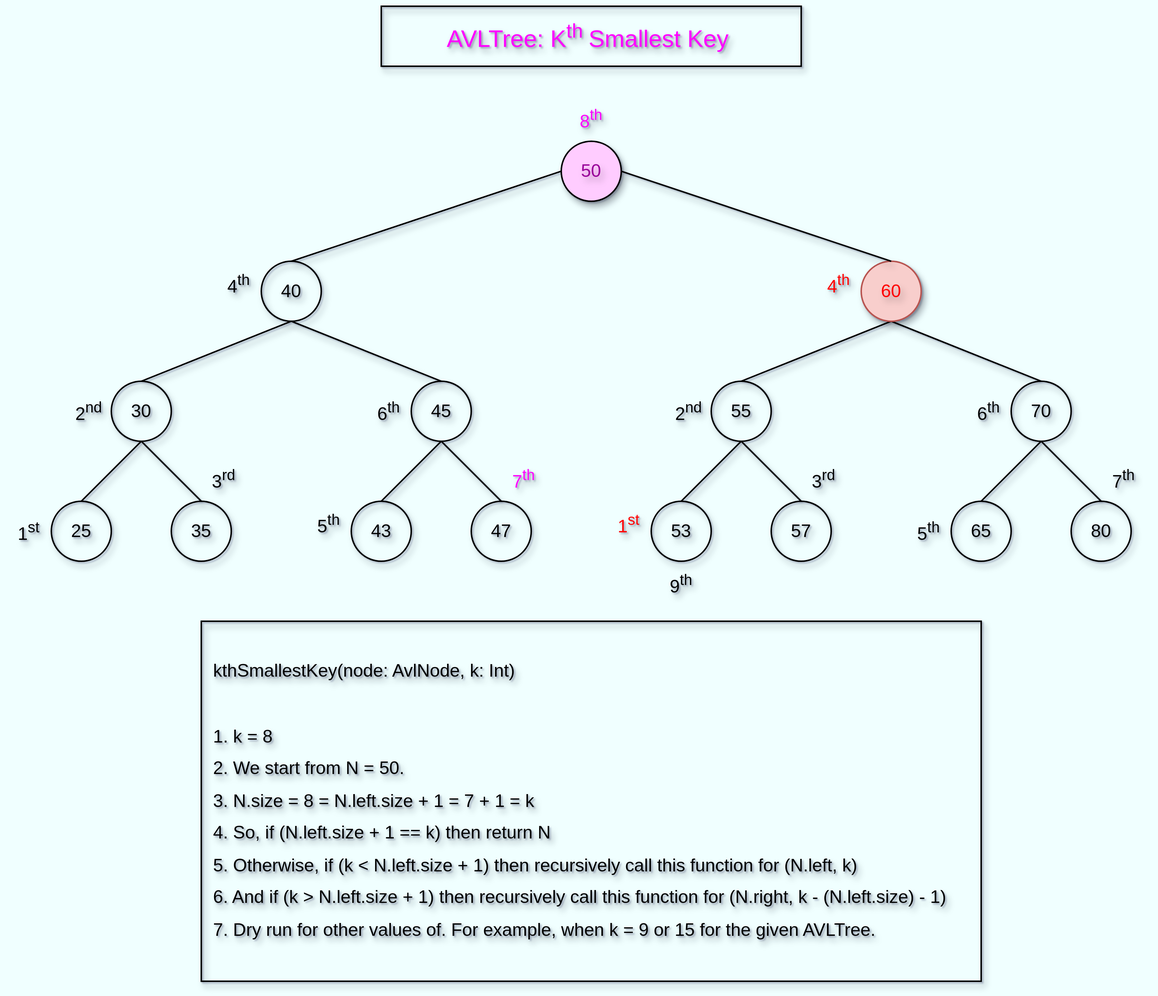
This is assets/images/dataStructures/uc/module05binarySearchTreesBST/500avlTreeFindKthSmallKey.svg from sagarpatel288/kotlinDSAWithIntellijIdea, a draw.io export, as it was before one commit. Source tidied: cells renumbered, new cells last; positions are measured from the earlier drawing's top-left corner, leaving out a move shared by most shapes.
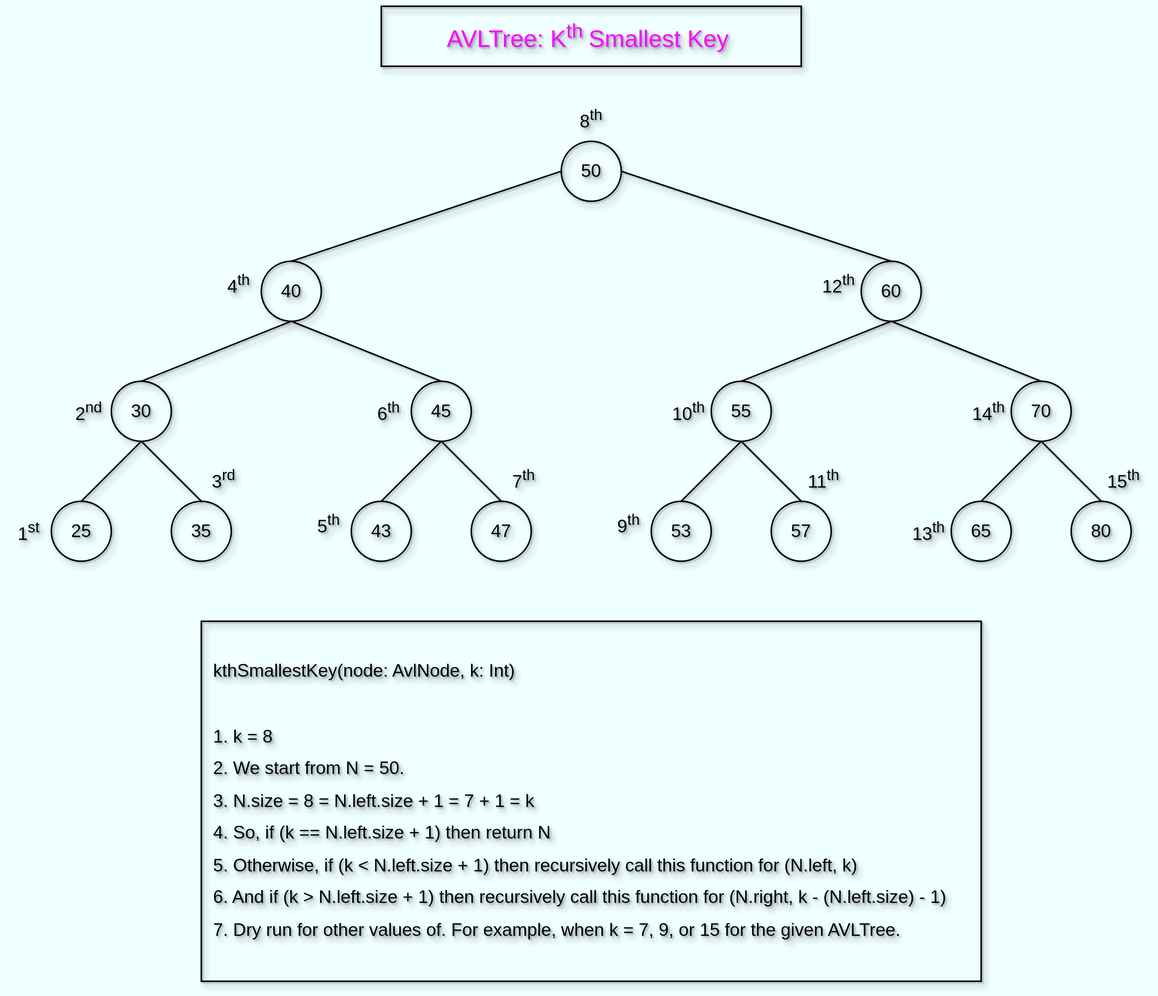
Later version of the same file.

Diff of the diagram source:
```diff
@@ -17,16 +17,16 @@
     <mxCell id="6" value="5&lt;sup&gt;th&lt;/sup&gt;" style="text;html=1;align=center;verticalAlign=middle;whiteSpace=wrap;rounded=0;textShadow=1;shadow=1;fontColor=#000000;" parent="1" vertex="1">
       <mxGeometry x="200" y="330" width="30" height="30" as="geometry" />
     </mxCell>
-    <mxCell id="7" value="7&lt;sup&gt;th&lt;/sup&gt;" style="text;html=1;align=center;verticalAlign=middle;whiteSpace=wrap;rounded=0;textShadow=1;shadow=1;fontColor=#FF00FF;" parent="1" vertex="1">
+    <mxCell id="7" value="7&lt;sup&gt;th&lt;/sup&gt;" style="text;html=1;align=center;verticalAlign=middle;whiteSpace=wrap;rounded=0;textShadow=1;shadow=1;fontColor=#000000;fontFamily=Helvetica;fontSize=12;" parent="1" vertex="1">
       <mxGeometry x="330" y="300" width="30" height="30" as="geometry" />
     </mxCell>
-    <mxCell id="8" value="8&lt;sup&gt;th&lt;/sup&gt;" style="text;html=1;align=center;verticalAlign=middle;whiteSpace=wrap;rounded=0;textShadow=1;shadow=1;fontColor=#FF00FF;" parent="1" vertex="1">
+    <mxCell id="8" value="8&lt;sup&gt;th&lt;/sup&gt;" style="text;html=1;align=center;verticalAlign=middle;whiteSpace=wrap;rounded=0;textShadow=1;shadow=1;fontColor=#000000;fontFamily=Helvetica;fontSize=12;" parent="1" vertex="1">
       <mxGeometry x="375" y="60" width="30" height="30" as="geometry" />
     </mxCell>
-    <mxCell id="9" value="1&lt;sup&gt;st&lt;/sup&gt;" style="text;html=1;align=center;verticalAlign=middle;whiteSpace=wrap;rounded=0;textShadow=1;shadow=1;fontColor=#FF0000;" parent="1" vertex="1">
+    <mxCell id="9" value="9&lt;sup&gt;th&lt;/sup&gt;" style="text;html=1;align=center;verticalAlign=middle;whiteSpace=wrap;rounded=0;textShadow=1;shadow=1;fontColor=#000000;fontFamily=Helvetica;fontSize=12;" parent="1" vertex="1">
       <mxGeometry x="400" y="330" width="30" height="30" as="geometry" />
     </mxCell>
-    <mxCell id="10" value="4&lt;sup&gt;th&lt;/sup&gt;" style="text;html=1;align=center;verticalAlign=middle;whiteSpace=wrap;rounded=0;textShadow=1;shadow=1;fontColor=#FF0000;" parent="1" vertex="1">
+    <mxCell id="10" value="12&lt;sup&gt;th&lt;/sup&gt;" style="text;html=1;align=center;verticalAlign=middle;whiteSpace=wrap;rounded=0;textShadow=1;shadow=1;fontColor=#000000;fontFamily=Helvetica;fontSize=12;" parent="1" vertex="1">
       <mxGeometry x="540" y="170" width="30" height="30" as="geometry" />
     </mxCell>
     <mxCell id="11" style="rounded=0;jettySize=auto;html=1;exitX=0.5;exitY=0;exitDx=0;exitDy=0;entryX=0.5;entryY=1;entryDx=0;entryDy=0;endArrow=none;endFill=0;shadow=1;textShadow=1;" parent="1" edge="1" source="12" target="32">
@@ -112,7 +112,7 @@
     <mxCell id="35" style="rounded=0;jettySize=auto;html=1;exitX=0.5;exitY=1;exitDx=0;exitDy=0;entryX=0.5;entryY=0;entryDx=0;entryDy=0;endArrow=none;endFill=0;shadow=1;textShadow=1;" parent="1" edge="1" source="36" target="30">
       <mxGeometry relative="1" as="geometry" />
     </mxCell>
-    <mxCell id="36" value="60" style="ellipse;whiteSpace=wrap;html=1;fillColor=#f8cecc;fontSize=12;shadow=1;textShadow=1;strokeColor=#b85450;align=center;verticalAlign=middle;fontFamily=Helvetica;fontColor=#FF0000;" parent="1" vertex="1">
+    <mxCell id="36" value="60" style="ellipse;whiteSpace=wrap;html=1;fillColor=none;fontSize=12;shadow=1;textShadow=1;strokeColor=default;align=center;verticalAlign=middle;fontFamily=Helvetica;fontColor=default;" parent="1" vertex="1">
       <mxGeometry x="570" y="170" width="40" height="40" as="geometry" />
     </mxCell>
     <mxCell id="37" style="rounded=0;jettySize=auto;html=1;exitX=0;exitY=0.5;exitDx=0;exitDy=0;entryX=0.5;entryY=0;entryDx=0;entryDy=0;endArrow=none;endFill=0;shadow=1;textShadow=1;" parent="1" edge="1" source="39" target="34">
@@ -121,34 +121,31 @@
     <mxCell id="38" style="rounded=0;jettySize=auto;html=1;exitX=1;exitY=0.5;exitDx=0;exitDy=0;entryX=0.5;entryY=0;entryDx=0;entryDy=0;endArrow=none;endFill=0;shadow=1;textShadow=1;" parent="1" edge="1" source="39" target="36">
       <mxGeometry relative="1" as="geometry" />
     </mxCell>
-    <mxCell id="39" value="50" style="ellipse;whiteSpace=wrap;html=1;fillColor=#FFCCFF;fontSize=12;shadow=1;textShadow=1;fontColor=#990099;" parent="1" vertex="1">
+    <mxCell id="39" value="50" style="ellipse;whiteSpace=wrap;html=1;fillColor=none;fontSize=12;shadow=1;textShadow=1;fontColor=default;strokeColor=default;align=center;verticalAlign=middle;fontFamily=Helvetica;" parent="1" vertex="1">
       <mxGeometry x="370" y="90" width="40" height="40" as="geometry" />
     </mxCell>
     <mxCell id="40" value="6&lt;sup&gt;th&lt;/sup&gt;" style="text;html=1;align=center;verticalAlign=middle;whiteSpace=wrap;rounded=0;textShadow=1;shadow=1;fontColor=#000000;" parent="1" vertex="1">
       <mxGeometry x="240" y="255" width="30" height="30" as="geometry" />
     </mxCell>
-    <mxCell id="41" value="2&lt;sup&gt;nd&lt;/sup&gt;" style="text;html=1;align=center;verticalAlign=middle;whiteSpace=wrap;rounded=0;textShadow=1;shadow=1;fontColor=#000000;" parent="1" vertex="1">
+    <mxCell id="41" value="10&lt;sup&gt;th&lt;/sup&gt;" style="text;html=1;align=center;verticalAlign=middle;whiteSpace=wrap;rounded=0;textShadow=1;shadow=1;fontColor=#000000;" parent="1" vertex="1">
       <mxGeometry x="440" y="255" width="30" height="30" as="geometry" />
     </mxCell>
-    <mxCell id="42" value="3&lt;sup&gt;rd&lt;/sup&gt;" style="text;html=1;align=center;verticalAlign=middle;whiteSpace=wrap;rounded=0;textShadow=1;shadow=1;fontColor=#000000;" parent="1" vertex="1">
+    <mxCell id="42" value="11&lt;sup&gt;th&lt;/sup&gt;" style="text;html=1;align=center;verticalAlign=middle;whiteSpace=wrap;rounded=0;textShadow=1;shadow=1;fontColor=#000000;" parent="1" vertex="1">
       <mxGeometry x="530" y="300" width="30" height="30" as="geometry" />
     </mxCell>
-    <mxCell id="43" value="5&lt;sup&gt;th&lt;/sup&gt;" style="text;html=1;align=center;verticalAlign=middle;whiteSpace=wrap;rounded=0;textShadow=1;shadow=1;fontColor=#000000;" parent="1" vertex="1">
+    <mxCell id="43" value="13&lt;sup&gt;th&lt;/sup&gt;" style="text;html=1;align=center;verticalAlign=middle;whiteSpace=wrap;rounded=0;textShadow=1;shadow=1;fontColor=#000000;" parent="1" vertex="1">
       <mxGeometry x="600" y="335" width="30" height="30" as="geometry" />
     </mxCell>
-    <mxCell id="44" value="6&lt;sup&gt;th&lt;/sup&gt;" style="text;html=1;align=center;verticalAlign=middle;whiteSpace=wrap;rounded=0;textShadow=1;shadow=1;fontColor=#000000;" parent="1" vertex="1">
+    <mxCell id="44" value="14&lt;sup&gt;th&lt;/sup&gt;" style="text;html=1;align=center;verticalAlign=middle;whiteSpace=wrap;rounded=0;textShadow=1;shadow=1;fontColor=#000000;" parent="1" vertex="1">
       <mxGeometry x="640" y="255" width="30" height="30" as="geometry" />
     </mxCell>
-    <mxCell id="45" value="7&lt;sup&gt;th&lt;/sup&gt;" style="text;html=1;align=center;verticalAlign=middle;whiteSpace=wrap;rounded=0;textShadow=1;shadow=1;fontColor=#000000;" parent="1" vertex="1">
+    <mxCell id="45" value="15&lt;sup&gt;th&lt;/sup&gt;" style="text;html=1;align=center;verticalAlign=middle;whiteSpace=wrap;rounded=0;textShadow=1;shadow=1;fontColor=#000000;" parent="1" vertex="1">
       <mxGeometry x="730" y="300" width="30" height="30" as="geometry" />
     </mxCell>
     <mxCell id="46" value="AVLTree: K&lt;sup&gt;th &lt;/sup&gt;Smallest Key&amp;nbsp;" style="text;html=1;align=center;verticalAlign=middle;whiteSpace=wrap;rounded=0;textShadow=1;shadow=1;strokeColor=default;fontColor=#FF00FF;fontSize=16;" parent="1" vertex="1">
       <mxGeometry x="250" width="280" height="40" as="geometry" />
     </mxCell>
-    <mxCell id="47" value="&lt;font style=&quot;color: rgb(0, 0, 0);&quot;&gt;9&lt;sup&gt;th&lt;/sup&gt;&lt;/font&gt;" style="text;html=1;align=center;verticalAlign=middle;whiteSpace=wrap;rounded=0;textShadow=1;shadow=1;fontColor=#FF00FF;" parent="1" vertex="1">
-      <mxGeometry x="435" y="370" width="30" height="30" as="geometry" />
-    </mxCell>
-    <mxCell id="48" value="&lt;div style=&quot;line-height: 180%;&quot;&gt;&lt;div&gt;kthSmallestKey(node: AvlNode, k: Int)&lt;/div&gt;&lt;div&gt;&lt;br&gt;&lt;/div&gt;1. k = 8&lt;div&gt;2. We start from N = 50.&lt;/div&gt;&lt;div&gt;3. N.size = 8 = N.left.size + 1 = 7 + 1 = k&lt;/div&gt;&lt;div&gt;4. So, if (N.left.size + 1 == k) then return N&lt;/div&gt;&lt;div&gt;5. Otherwise, if (k &amp;lt; N.left.size + 1) then recursively call this function for (N.left, k)&lt;/div&gt;&lt;div&gt;6. And if (k &amp;gt; N.left.size + 1) then recursively call this function for (N.right, k - (N.left.size) - 1)&lt;/div&gt;&lt;div&gt;7. Dry run for other values of. For example, when k = 9 or 15 for the given AVLTree.&lt;/div&gt;&lt;/div&gt;" style="text;html=1;align=left;verticalAlign=middle;whiteSpace=wrap;rounded=0;shadow=1;textShadow=1;spacing=8;strokeColor=default;" parent="1" vertex="1">
+    <mxCell id="48" value="&lt;div style=&quot;line-height: 180%;&quot;&gt;&lt;div&gt;kthSmallestKey(node: AvlNode, k: Int)&lt;/div&gt;&lt;div&gt;&lt;br&gt;&lt;/div&gt;1. k = 8&lt;div&gt;2. We start from N = 50.&lt;/div&gt;&lt;div&gt;3. N.size = 8 = N.left.size + 1 = 7 + 1 = k&lt;/div&gt;&lt;div&gt;4. So, if (k == N.left.size + 1) then return N&lt;/div&gt;&lt;div&gt;5. Otherwise, if (k &amp;lt; N.left.size + 1) then recursively call this function for (N.left, k)&lt;/div&gt;&lt;div&gt;6. And if (k &amp;gt; N.left.size + 1) then recursively call this function for (N.right, k - (N.left.size) - 1)&lt;/div&gt;&lt;div&gt;7. Dry run for other values of. For example, when k = 7, 9, or 15 for the given AVLTree.&lt;/div&gt;&lt;/div&gt;" style="text;html=1;align=left;verticalAlign=middle;whiteSpace=wrap;rounded=0;shadow=1;textShadow=1;spacing=8;strokeColor=default;" parent="1" vertex="1">
       <mxGeometry x="130" y="410" width="520" height="240" as="geometry" />
     </mxCell>
   </root>
```
